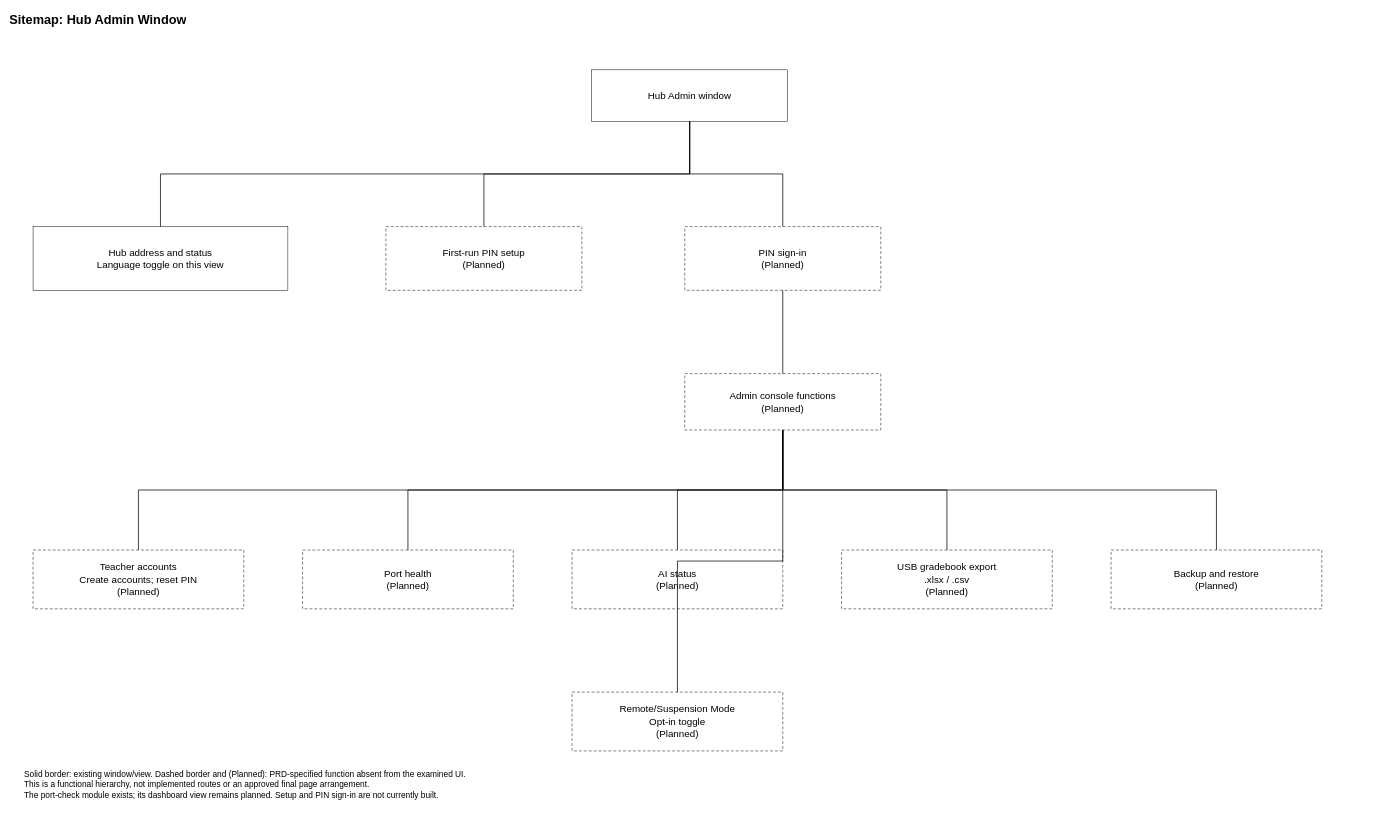
Earlier version of the draw.io diagram docs/thesis/chapter-3/diagrams/sitemap-hub.drawio (BootlegYouki/L.A.R.A). Source tidied: cells renumbered, new cells numbered last; positions are measured from the earlier drawing's top-left corner, leaving out a move shared by most shapes. Both pictures are drawn from the tidied source at 49%, with x=0, y=0 at pixel (8, 8).
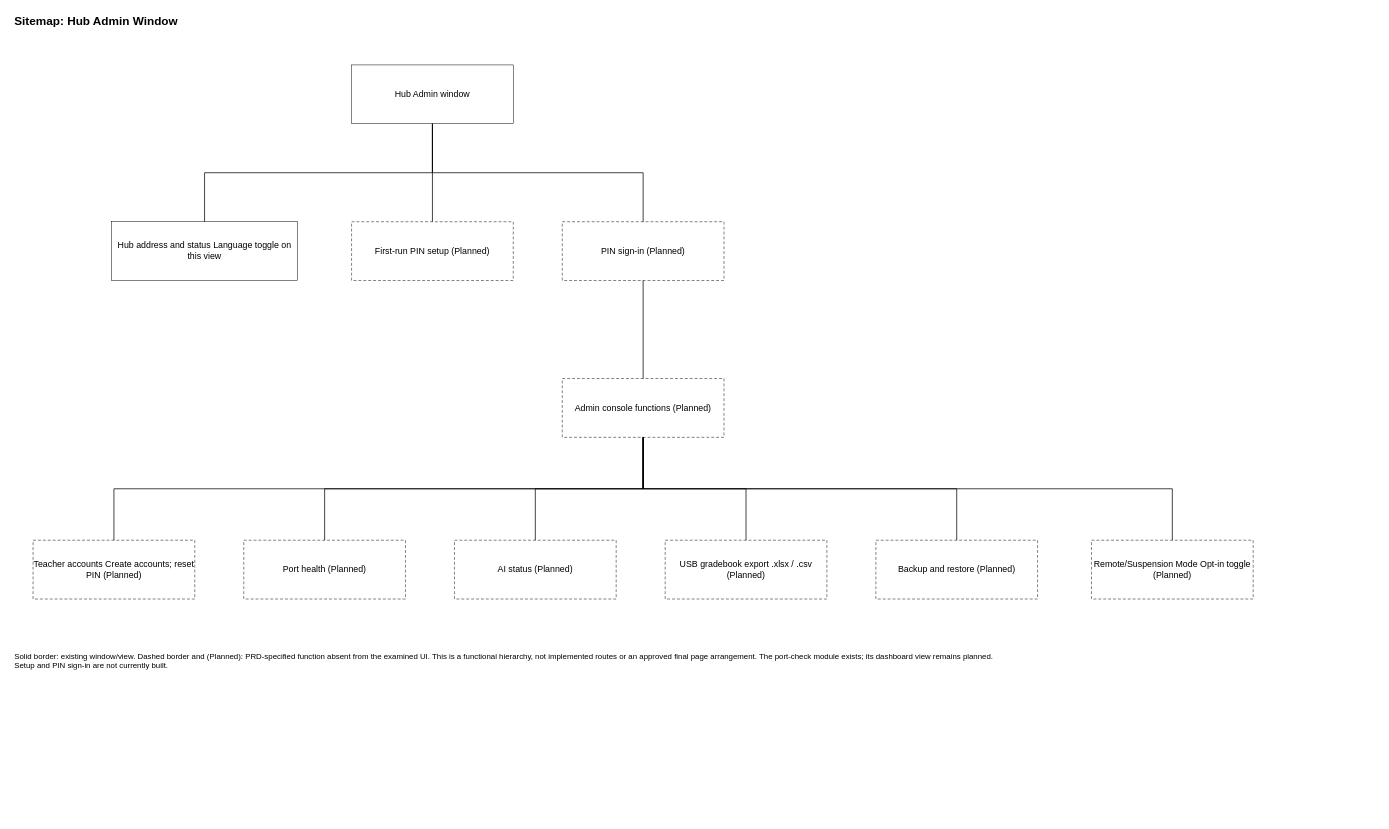
The same page after the edit.

Change to the diagram source:
```diff
@@
-    <mxCell id="2" value="&lt;div style=&quot;white-space:normal;line-height:1.25;&quot;&gt;Sitemap: Hub Admin Window&lt;/div&gt;" style="text;html=1;align=left;verticalAlign=top;whiteSpace=wrap;overflow=hidden;strokeColor=none;fillColor=none;fontColor=#000000;fontFamily=Arial;fontSize=17;fontSize=26;fontStyle=1;" parent="1" vertex="1">
-      <mxGeometry width="2800" height="55" as="geometry" />
+    <mxCell id="2" value="&lt;div style=&quot;font-family:Arial;font-size:24px;line-height:1.2;font-weight:bold;white-space:normal;&quot;&gt;Sitemap: Hub Admin Window&lt;/div&gt;" style="text;html=1;align=left;verticalAlign=top;whiteSpace=wrap;overflow=hidden;strokeColor=none;fillColor=none;fontFamily=Arial;fontColor=#000000;fontSize=24;fontStyle=1;" parent="1" vertex="1">
+      <mxGeometry x="10" y="5" width="2530" height="55" as="geometry" />
     </mxCell>
-    <mxCell id="3" value="&lt;div style=&quot;white-space:normal;line-height:1.25;&quot;&gt;Hub Admin window&lt;/div&gt;" style="strokeColor=#000000;fillColor=#ffffff;fontColor=#000000;fontFamily=Arial;fontSize=17;rounded=0;html=1;align=center;verticalAlign=middle;fontSize=20;whiteSpace=wrap;" parent="1" vertex="1">
-      <mxGeometry x="1190" y="125" width="400" height="105" as="geometry" />
+    <mxCell id="3" value="&lt;div style=&quot;font-family:Arial;font-size:18px;line-height:1.2;white-space:normal;&quot;&gt;Hub Admin window&lt;/div&gt;" style="strokeColor=#000000;fillColor=#ffffff;rounded=0;html=1;align=center;verticalAlign=middle;whiteSpace=wrap;fontFamily=Arial;fontColor=#000000;fontSize=18;" parent="1" vertex="1">
+      <mxGeometry x="700" y="115" width="330" height="120" as="geometry" />
     </mxCell>
-    <mxCell id="4" value="&lt;div style=&quot;white-space:normal;line-height:1.25;&quot;&gt;Hub address and status&lt;br&gt;Language toggle on this view&lt;/div&gt;" style="strokeColor=#000000;fillColor=#ffffff;fontColor=#000000;fontFamily=Arial;fontSize=17;rounded=0;html=1;align=center;verticalAlign=middle;fontSize=20;whiteSpace=wrap;" parent="1" vertex="1">
-      <mxGeometry x="50" y="445" width="520" height="130" as="geometry" />
+    <mxCell id="4" value="&lt;div style=&quot;font-family:Arial;font-size:18px;line-height:1.2;white-space:normal;&quot;&gt;Hub address and status Language toggle on this view&lt;/div&gt;" style="strokeColor=#000000;fillColor=#ffffff;rounded=0;html=1;align=center;verticalAlign=middle;whiteSpace=wrap;fontFamily=Arial;fontColor=#000000;fontSize=18;" parent="1" vertex="1">
+      <mxGeometry x="210" y="435" width="380" height="120" as="geometry" />
     </mxCell>
-    <mxCell id="5" value="&lt;div style=&quot;white-space:normal;line-height:1.25;&quot;&gt;First-run PIN setup&lt;br&gt;(Planned)&lt;/div&gt;" style="strokeColor=#000000;fillColor=#ffffff;fontColor=#000000;fontFamily=Arial;fontSize=17;rounded=0;html=1;align=center;verticalAlign=middle;fontSize=20;whiteSpace=wrap;dashed=1;dashPattern=6 4;" parent="1" vertex="1">
-      <mxGeometry x="770" y="445" width="400" height="130" as="geometry" />
+    <mxCell id="5" value="&lt;div style=&quot;font-family:Arial;font-size:18px;line-height:1.2;white-space:normal;&quot;&gt;First-run PIN setup (Planned)&lt;/div&gt;" style="strokeColor=#000000;fillColor=#ffffff;rounded=0;html=1;align=center;verticalAlign=middle;whiteSpace=wrap;dashed=1;dashPattern=6 4;fontFamily=Arial;fontColor=#000000;fontSize=18;" parent="1" vertex="1">
+      <mxGeometry x="700" y="435" width="330" height="120" as="geometry" />
     </mxCell>
-    <mxCell id="6" value="&lt;div style=&quot;white-space:normal;line-height:1.25;&quot;&gt;PIN sign-in&lt;br&gt;(Planned)&lt;/div&gt;" style="strokeColor=#000000;fillColor=#ffffff;fontColor=#000000;fontFamily=Arial;fontSize=17;rounded=0;html=1;align=center;verticalAlign=middle;fontSize=20;whiteSpace=wrap;dashed=1;dashPattern=6 4;" parent="1" vertex="1">
-      <mxGeometry x="1380" y="445" width="400" height="130" as="geometry" />
+    <mxCell id="6" value="&lt;div style=&quot;font-family:Arial;font-size:18px;line-height:1.2;white-space:normal;&quot;&gt;PIN sign-in (Planned)&lt;/div&gt;" style="strokeColor=#000000;fillColor=#ffffff;rounded=0;html=1;align=center;verticalAlign=middle;whiteSpace=wrap;dashed=1;dashPattern=6 4;fontFamily=Arial;fontColor=#000000;fontSize=18;" parent="1" vertex="1">
+      <mxGeometry x="1130" y="435" width="330" height="120" as="geometry" />
     </mxCell>
-    <mxCell id="7" value="&lt;div style=&quot;white-space:normal;line-height:1.25;&quot;&gt;Admin console functions&lt;br&gt;(Planned)&lt;/div&gt;" style="strokeColor=#000000;fillColor=#ffffff;fontColor=#000000;fontFamily=Arial;fontSize=17;rounded=0;html=1;align=center;verticalAlign=middle;fontSize=20;whiteSpace=wrap;dashed=1;dashPattern=6 4;" parent="1" vertex="1">
-      <mxGeometry x="1380" y="745" width="400" height="115" as="geometry" />
+    <mxCell id="7" value="&lt;div style=&quot;font-family:Arial;font-size:18px;line-height:1.2;white-space:normal;&quot;&gt;Admin console functions (Planned)&lt;/div&gt;" style="strokeColor=#000000;fillColor=#ffffff;rounded=0;html=1;align=center;verticalAlign=middle;whiteSpace=wrap;dashed=1;dashPattern=6 4;fontFamily=Arial;fontColor=#000000;fontSize=18;" parent="1" vertex="1">
+      <mxGeometry x="1130" y="755" width="330" height="120" as="geometry" />
     </mxCell>
-    <mxCell id="8" value="&lt;div style=&quot;white-space:normal;line-height:1.25;&quot;&gt;Teacher accounts&lt;br&gt;Create accounts; reset PIN&lt;br&gt;(Planned)&lt;/div&gt;" style="strokeColor=#000000;fillColor=#ffffff;fontColor=#000000;fontFamily=Arial;fontSize=17;rounded=0;html=1;align=center;verticalAlign=middle;fontSize=20;whiteSpace=wrap;dashed=1;dashPattern=6 4;" parent="1" vertex="1">
-      <mxGeometry x="50" y="1105" width="430" height="120" as="geometry" />
+    <mxCell id="8" value="&lt;div style=&quot;font-family:Arial;font-size:18px;line-height:1.2;white-space:normal;&quot;&gt;Teacher accounts Create accounts; reset PIN (Planned)&lt;/div&gt;" style="strokeColor=#000000;fillColor=#ffffff;rounded=0;html=1;align=center;verticalAlign=middle;whiteSpace=wrap;dashed=1;dashPattern=6 4;fontFamily=Arial;fontColor=#000000;fontSize=18;" parent="1" vertex="1">
+      <mxGeometry x="50" y="1085" width="330" height="120" as="geometry" />
     </mxCell>
-    <mxCell id="9" value="&lt;div style=&quot;white-space:normal;line-height:1.25;&quot;&gt;Port health&lt;br&gt;(Planned)&lt;/div&gt;" style="strokeColor=#000000;fillColor=#ffffff;fontColor=#000000;fontFamily=Arial;fontSize=17;rounded=0;html=1;align=center;verticalAlign=middle;fontSize=20;whiteSpace=wrap;dashed=1;dashPattern=6 4;" parent="1" vertex="1">
-      <mxGeometry x="600" y="1105" width="430" height="120" as="geometry" />
+    <mxCell id="9" value="&lt;div style=&quot;font-family:Arial;font-size:18px;line-height:1.2;white-space:normal;&quot;&gt;Port health (Planned)&lt;/div&gt;" style="strokeColor=#000000;fillColor=#ffffff;rounded=0;html=1;align=center;verticalAlign=middle;whiteSpace=wrap;dashed=1;dashPattern=6 4;fontFamily=Arial;fontColor=#000000;fontSize=18;" parent="1" vertex="1">
+      <mxGeometry x="480" y="1085" width="330" height="120" as="geometry" />
     </mxCell>
-    <mxCell id="10" value="&lt;div style=&quot;white-space:normal;line-height:1.25;&quot;&gt;AI status&lt;br&gt;(Planned)&lt;/div&gt;" style="strokeColor=#000000;fillColor=#ffffff;fontColor=#000000;fontFamily=Arial;fontSize=17;rounded=0;html=1;align=center;verticalAlign=middle;fontSize=20;whiteSpace=wrap;dashed=1;dashPattern=6 4;" parent="1" vertex="1">
-      <mxGeometry x="1150" y="1105" width="430" height="120" as="geometry" />
+    <mxCell id="10" value="&lt;div style=&quot;font-family:Arial;font-size:18px;line-height:1.2;white-space:normal;&quot;&gt;AI status (Planned)&lt;/div&gt;" style="strokeColor=#000000;fillColor=#ffffff;rounded=0;html=1;align=center;verticalAlign=middle;whiteSpace=wrap;dashed=1;dashPattern=6 4;fontFamily=Arial;fontColor=#000000;fontSize=18;" parent="1" vertex="1">
+      <mxGeometry x="910" y="1085" width="330" height="120" as="geometry" />
     </mxCell>
-    <mxCell id="11" value="&lt;div style=&quot;white-space:normal;line-height:1.25;&quot;&gt;USB gradebook export&lt;br&gt;.xlsx / .csv&lt;br&gt;(Planned)&lt;/div&gt;" style="strokeColor=#000000;fillColor=#ffffff;fontColor=#000000;fontFamily=Arial;fontSize=17;rounded=0;html=1;align=center;verticalAlign=middle;fontSize=20;whiteSpace=wrap;dashed=1;dashPattern=6 4;" parent="1" vertex="1">
-      <mxGeometry x="1700" y="1105" width="430" height="120" as="geometry" />
+    <mxCell id="11" value="&lt;div style=&quot;font-family:Arial;font-size:18px;line-height:1.2;white-space:normal;&quot;&gt;USB gradebook export .xlsx / .csv (Planned)&lt;/div&gt;" style="strokeColor=#000000;fillColor=#ffffff;rounded=0;html=1;align=center;verticalAlign=middle;whiteSpace=wrap;dashed=1;dashPattern=6 4;fontFamily=Arial;fontColor=#000000;fontSize=18;" parent="1" vertex="1">
+      <mxGeometry x="1340" y="1085" width="330" height="120" as="geometry" />
     </mxCell>
-    <mxCell id="12" value="&lt;div style=&quot;white-space:normal;line-height:1.25;&quot;&gt;Backup and restore&lt;br&gt;(Planned)&lt;/div&gt;" style="strokeColor=#000000;fillColor=#ffffff;fontColor=#000000;fontFamily=Arial;fontSize=17;rounded=0;html=1;align=center;verticalAlign=middle;fontSize=20;whiteSpace=wrap;dashed=1;dashPattern=6 4;" parent="1" vertex="1">
-      <mxGeometry x="2250" y="1105" width="430" height="120" as="geometry" />
+    <mxCell id="12" value="&lt;div style=&quot;font-family:Arial;font-size:18px;line-height:1.2;white-space:normal;&quot;&gt;Backup and restore (Planned)&lt;/div&gt;" style="strokeColor=#000000;fillColor=#ffffff;rounded=0;html=1;align=center;verticalAlign=middle;whiteSpace=wrap;dashed=1;dashPattern=6 4;fontFamily=Arial;fontColor=#000000;fontSize=18;" parent="1" vertex="1">
+      <mxGeometry x="1770" y="1085" width="330" height="120" as="geometry" />
     </mxCell>
-    <mxCell id="13" value="&lt;div style=&quot;white-space:normal;line-height:1.25;&quot;&gt;Remote/Suspension Mode&lt;br&gt;Opt-in toggle&lt;br&gt;(Planned)&lt;/div&gt;" style="strokeColor=#000000;fillColor=#ffffff;fontColor=#000000;fontFamily=Arial;fontSize=17;rounded=0;html=1;align=center;verticalAlign=middle;fontSize=20;whiteSpace=wrap;dashed=1;dashPattern=6 4;" parent="1" vertex="1">
-      <mxGeometry x="1150" y="1395" width="430" height="120" as="geometry" />
+    <mxCell id="13" value="&lt;div style=&quot;font-family:Arial;font-size:18px;line-height:1.2;white-space:normal;&quot;&gt;Remote/Suspension Mode Opt-in toggle (Planned)&lt;/div&gt;" style="strokeColor=#000000;fillColor=#ffffff;rounded=0;html=1;align=center;verticalAlign=middle;whiteSpace=wrap;dashed=1;dashPattern=6 4;fontFamily=Arial;fontColor=#000000;fontSize=18;" parent="1" vertex="1">
+      <mxGeometry x="2210" y="1085" width="330" height="120" as="geometry" />
     </mxCell>
-    <mxCell id="14" style="edgeStyle=orthogonalEdgeStyle;rounded=0;html=1;endArrow=block;endFill=1;strokeColor=#000000;strokeWidth=1.5;fontColor=#000000;fontFamily=Arial;fontSize=16;labelBackgroundColor=#ffffff;endArrow=none;startArrow=none;exitX=0.5;exitY=1;entryX=0.5;entryY=0;" parent="1" edge="1" source="3" target="4">
-      <mxGeometry relative="1" as="geometry" />
+    <mxCell id="14" style="endArrow=block;endFill=1;labelBackgroundColor=#ffffff;endArrow=none;startArrow=none;edgeStyle=none;noEdgeStyle=1;rounded=0;jettySize=auto;html=1;fontFamily=Arial;fontSize=16;fontColor=#000000;strokeColor=#000000;strokeWidth=1.5;jumpStyle=arc;jumpSize=8;exitPerimeter=0;entryPerimeter=0;exitDx=0;exitDy=0;entryDx=0;entryDy=0;spacing=0;exitX=0.50000000;exitY=1.00000000;entryX=0.50000000;entryY=0.00000000;" parent="1" edge="1" source="3" target="4">
+      <mxGeometry relative="1" as="geometry">
+        <Array as="points">
+          <mxPoint x="865" y="335" />
+          <mxPoint x="400" y="335" />
+        </Array>
+      </mxGeometry>
     </mxCell>
-    <mxCell id="15" style="edgeStyle=orthogonalEdgeStyle;rounded=0;html=1;endArrow=block;endFill=1;strokeColor=#000000;strokeWidth=1.5;fontColor=#000000;fontFamily=Arial;fontSize=16;labelBackgroundColor=#ffffff;endArrow=none;startArrow=none;exitX=0.5;exitY=1;entryX=0.5;entryY=0;" parent="1" edge="1" source="3" target="5">
+    <mxCell id="15" style="endArrow=block;endFill=1;labelBackgroundColor=#ffffff;endArrow=none;startArrow=none;edgeStyle=none;noEdgeStyle=1;rounded=0;jettySize=auto;html=1;fontFamily=Arial;fontSize=16;fontColor=#000000;strokeColor=#000000;strokeWidth=1.5;jumpStyle=arc;jumpSize=8;exitPerimeter=0;entryPerimeter=0;exitDx=0;exitDy=0;entryDx=0;entryDy=0;spacing=0;exitX=0.50000000;exitY=1.00000000;entryX=0.50000000;entryY=0.00000000;" parent="1" edge="1" source="3" target="5">
       <mxGeometry relative="1" as="geometry" />
     </mxCell>
-    <mxCell id="16" style="edgeStyle=orthogonalEdgeStyle;rounded=0;html=1;endArrow=block;endFill=1;strokeColor=#000000;strokeWidth=1.5;fontColor=#000000;fontFamily=Arial;fontSize=16;labelBackgroundColor=#ffffff;endArrow=none;startArrow=none;exitX=0.5;exitY=1;entryX=0.5;entryY=0;" parent="1" edge="1" source="3" target="6">
-      <mxGeometry relative="1" as="geometry" />
+    <mxCell id="16" style="endArrow=block;endFill=1;labelBackgroundColor=#ffffff;endArrow=none;startArrow=none;edgeStyle=none;noEdgeStyle=1;rounded=0;jettySize=auto;html=1;fontFamily=Arial;fontSize=16;fontColor=#000000;strokeColor=#000000;strokeWidth=1.5;jumpStyle=arc;jumpSize=8;exitPerimeter=0;entryPerimeter=0;exitDx=0;exitDy=0;entryDx=0;entryDy=0;spacing=0;exitX=0.50000000;exitY=1.00000000;entryX=0.50000000;entryY=0.00000000;" parent="1" edge="1" source="3" target="6">
+      <mxGeometry relative="1" as="geometry">
+        <Array as="points">
+          <mxPoint x="865" y="335" />
+          <mxPoint x="1295" y="335" />
+        </Array>
+      </mxGeometry>
     </mxCell>
-    <mxCell id="17" style="edgeStyle=orthogonalEdgeStyle;rounded=0;html=1;endArrow=block;endFill=1;strokeColor=#000000;strokeWidth=1.5;fontColor=#000000;fontFamily=Arial;fontSize=16;labelBackgroundColor=#ffffff;endArrow=none;startArrow=none;exitX=0.5;exitY=1;entryX=0.5;entryY=0;" parent="1" edge="1" source="6" target="7">
+    <mxCell id="17" style="endArrow=block;endFill=1;labelBackgroundColor=#ffffff;endArrow=none;startArrow=none;edgeStyle=none;noEdgeStyle=1;rounded=0;jettySize=auto;html=1;fontFamily=Arial;fontSize=16;fontColor=#000000;strokeColor=#000000;strokeWidth=1.5;jumpStyle=arc;jumpSize=8;exitPerimeter=0;entryPerimeter=0;exitDx=0;exitDy=0;entryDx=0;entryDy=0;spacing=0;exitX=0.50000000;exitY=1.00000000;entryX=0.50000000;entryY=0.00000000;" parent="1" edge="1" source="6" target="7">
       <mxGeometry relative="1" as="geometry" />
     </mxCell>
-    <mxCell id="18" style="edgeStyle=orthogonalEdgeStyle;rounded=0;html=1;endArrow=block;endFill=1;strokeColor=#000000;strokeWidth=1.5;fontColor=#000000;fontFamily=Arial;fontSize=16;labelBackgroundColor=#ffffff;endArrow=none;startArrow=none;exitX=0.5;exitY=1;entryX=0.5;entryY=0;" parent="1" edge="1" source="7" target="8">
-      <mxGeometry relative="1" as="geometry" />
+    <mxCell id="18" style="endArrow=block;endFill=1;labelBackgroundColor=#ffffff;endArrow=none;startArrow=none;edgeStyle=none;noEdgeStyle=1;rounded=0;jettySize=auto;html=1;fontFamily=Arial;fontSize=16;fontColor=#000000;strokeColor=#000000;strokeWidth=1.5;jumpStyle=arc;jumpSize=8;exitPerimeter=0;entryPerimeter=0;exitDx=0;exitDy=0;entryDx=0;entryDy=0;spacing=0;exitX=0.50000000;exitY=1.00000000;entryX=0.50000000;entryY=0.00000000;" parent="1" edge="1" source="7" target="8">
+      <mxGeometry relative="1" as="geometry">
+        <Array as="points">
+          <mxPoint x="1295" y="980" />
+          <mxPoint x="215" y="980" />
+        </Array>
+      </mxGeometry>
     </mxCell>
-    <mxCell id="19" style="edgeStyle=orthogonalEdgeStyle;rounded=0;html=1;endArrow=block;endFill=1;strokeColor=#000000;strokeWidth=1.5;fontColor=#000000;fontFamily=Arial;fontSize=16;labelBackgroundColor=#ffffff;endArrow=none;startArrow=none;exitX=0.5;exitY=1;entryX=0.5;entryY=0;" parent="1" edge="1" source="7" target="9">
-      <mxGeometry relative="1" as="geometry" />
+    <mxCell id="19" style="endArrow=block;endFill=1;labelBackgroundColor=#ffffff;endArrow=none;startArrow=none;edgeStyle=none;noEdgeStyle=1;rounded=0;jettySize=auto;html=1;fontFamily=Arial;fontSize=16;fontColor=#000000;strokeColor=#000000;strokeWidth=1.5;jumpStyle=arc;jumpSize=8;exitPerimeter=0;entryPerimeter=0;exitDx=0;exitDy=0;entryDx=0;entryDy=0;spacing=0;exitX=0.50000000;exitY=1.00000000;entryX=0.50000000;entryY=0.00000000;" parent="1" edge="1" source="7" target="9">
+      <mxGeometry relative="1" as="geometry">
+        <Array as="points">
+          <mxPoint x="1295" y="980" />
+          <mxPoint x="645" y="980" />
+        </Array>
+      </mxGeometry>
     </mxCell>
-    <mxCell id="20" style="edgeStyle=orthogonalEdgeStyle;rounded=0;html=1;endArrow=block;endFill=1;strokeColor=#000000;strokeWidth=1.5;fontColor=#000000;fontFamily=Arial;fontSize=16;labelBackgroundColor=#ffffff;endArrow=none;startArrow=none;exitX=0.5;exitY=1;entryX=0.5;entryY=0;" parent="1" edge="1" source="7" target="10">
-      <mxGeometry relative="1" as="geometry" />
+    <mxCell id="20" style="endArrow=block;endFill=1;labelBackgroundColor=#ffffff;endArrow=none;startArrow=none;edgeStyle=none;noEdgeStyle=1;rounded=0;jettySize=auto;html=1;fontFamily=Arial;fontSize=16;fontColor=#000000;strokeColor=#000000;strokeWidth=1.5;jumpStyle=arc;jumpSize=8;exitPerimeter=0;entryPerimeter=0;exitDx=0;exitDy=0;entryDx=0;entryDy=0;spacing=0;exitX=0.50000000;exitY=1.00000000;entryX=0.50000000;entryY=0.00000000;" parent="1" edge="1" source="7" target="10">
+      <mxGeometry relative="1" as="geometry">
+        <Array as="points">
+          <mxPoint x="1295" y="980" />
+          <mxPoint x="1075" y="980" />
+        </Array>
+      </mxGeometry>
     </mxCell>
-    <mxCell id="21" style="edgeStyle=orthogonalEdgeStyle;rounded=0;html=1;endArrow=block;endFill=1;strokeColor=#000000;strokeWidth=1.5;fontColor=#000000;fontFamily=Arial;fontSize=16;labelBackgroundColor=#ffffff;endArrow=none;startArrow=none;exitX=0.5;exitY=1;entryX=0.5;entryY=0;" parent="1" edge="1" source="7" target="11">
-      <mxGeometry relative="1" as="geometry" />
+    <mxCell id="21" style="endArrow=block;endFill=1;labelBackgroundColor=#ffffff;endArrow=none;startArrow=none;edgeStyle=none;noEdgeStyle=1;rounded=0;jettySize=auto;html=1;fontFamily=Arial;fontSize=16;fontColor=#000000;strokeColor=#000000;strokeWidth=1.5;jumpStyle=arc;jumpSize=8;exitPerimeter=0;entryPerimeter=0;exitDx=0;exitDy=0;entryDx=0;entryDy=0;spacing=0;exitX=0.50000000;exitY=1.00000000;entryX=0.50000000;entryY=0.00000000;" parent="1" edge="1" source="7" target="11">
+      <mxGeometry relative="1" as="geometry">
+        <Array as="points">
+          <mxPoint x="1295" y="980" />
+          <mxPoint x="1505" y="980" />
+        </Array>
+      </mxGeometry>
     </mxCell>
-    <mxCell id="22" style="edgeStyle=orthogonalEdgeStyle;rounded=0;html=1;endArrow=block;endFill=1;strokeColor=#000000;strokeWidth=1.5;fontColor=#000000;fontFamily=Arial;fontSize=16;labelBackgroundColor=#ffffff;endArrow=none;startArrow=none;exitX=0.5;exitY=1;entryX=0.5;entryY=0;" parent="1" edge="1" source="7" target="12">
-      <mxGeometry relative="1" as="geometry" />
+    <mxCell id="22" style="endArrow=block;endFill=1;labelBackgroundColor=#ffffff;endArrow=none;startArrow=none;edgeStyle=none;noEdgeStyle=1;rounded=0;jettySize=auto;html=1;fontFamily=Arial;fontSize=16;fontColor=#000000;strokeColor=#000000;strokeWidth=1.5;jumpStyle=arc;jumpSize=8;exitPerimeter=0;entryPerimeter=0;exitDx=0;exitDy=0;entryDx=0;entryDy=0;spacing=0;exitX=0.50000000;exitY=1.00000000;entryX=0.50000000;entryY=0.00000000;" parent="1" edge="1" source="7" target="12">
+      <mxGeometry relative="1" as="geometry">
+        <Array as="points">
+          <mxPoint x="1295" y="980" />
+          <mxPoint x="1935" y="980" />
+        </Array>
+      </mxGeometry>
     </mxCell>
-    <mxCell id="23" style="edgeStyle=orthogonalEdgeStyle;rounded=0;html=1;endArrow=block;endFill=1;strokeColor=#000000;strokeWidth=1.5;fontColor=#000000;fontFamily=Arial;fontSize=16;labelBackgroundColor=#ffffff;endArrow=none;startArrow=none;exitX=0.5;exitY=1;entryX=0.5;entryY=0;" parent="1" edge="1" source="7" target="13">
-      <mxGeometry relative="1" as="geometry" />
+    <mxCell id="23" style="endArrow=block;endFill=1;labelBackgroundColor=#ffffff;endArrow=none;startArrow=none;edgeStyle=none;noEdgeStyle=1;rounded=0;jettySize=auto;html=1;fontFamily=Arial;fontSize=16;fontColor=#000000;strokeColor=#000000;strokeWidth=1.5;jumpStyle=arc;jumpSize=8;exitPerimeter=0;entryPerimeter=0;exitDx=0;exitDy=0;entryDx=0;entryDy=0;spacing=0;exitX=0.50000000;exitY=1.00000000;entryX=0.50000000;entryY=0.00000000;" parent="1" edge="1" source="7" target="13">
+      <mxGeometry relative="1" as="geometry">
+        <Array as="points">
+          <mxPoint x="1295" y="980" />
+          <mxPoint x="2375" y="980" />
+        </Array>
+      </mxGeometry>
     </mxCell>
-    <mxCell id="24" value="&lt;div style=&quot;white-space:normal;line-height:1.25;&quot;&gt;Solid border: existing window/view. Dashed border and (Planned): PRD-specified function absent from the examined UI.&lt;br&gt;This is a functional hierarchy, not implemented routes or an approved final page arrangement.&lt;br&gt;The port-check module exists; its dashboard view remains planned. Setup and PIN sign-in are not currently built.&lt;/div&gt;" style="text;html=1;align=left;verticalAlign=top;whiteSpace=wrap;overflow=hidden;strokeColor=none;fillColor=none;fontColor=#000000;fontFamily=Arial;fontSize=17;fontSize=17;fontStyle=0;" parent="1" vertex="1">
-      <mxGeometry x="30" y="1545" width="2700" height="110" as="geometry" />
+    <mxCell id="24" value="&lt;div style=&quot;font-family:Arial;font-size:16px;line-height:1.2;white-space:normal;&quot;&gt;Solid border: existing window/view. Dashed border and (Planned): PRD-specified function absent from the examined UI. This is a functional hierarchy, not implemented routes or an approved final page arrangement. The port-check module exists; its dashboard view remains planned. Setup and PIN sign-in are not currently built.&lt;/div&gt;" style="text;html=1;align=left;verticalAlign=top;whiteSpace=wrap;overflow=hidden;strokeColor=none;fillColor=none;fontStyle=0;fontFamily=Arial;fontColor=#000000;fontSize=16;" parent="1" vertex="1">
+      <mxGeometry x="10" y="1305" width="2000" height="120" as="geometry" />
     </mxCell>
```
